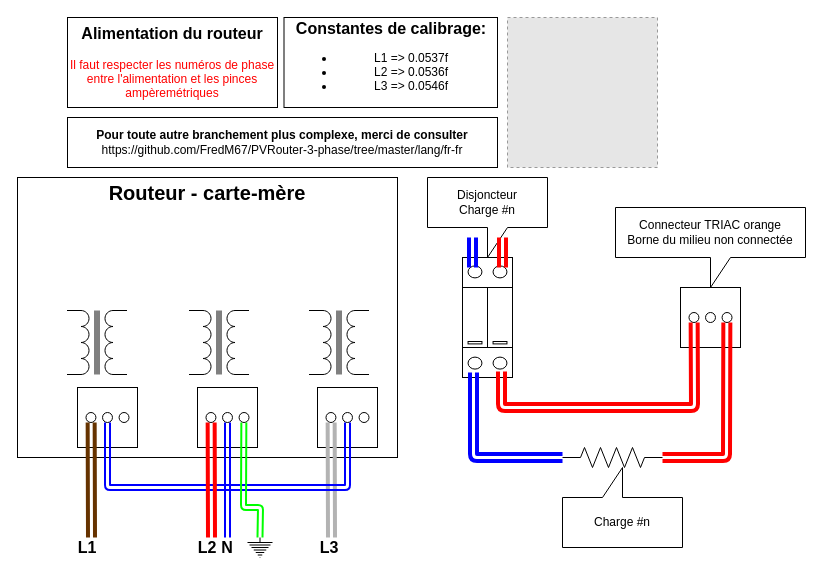
Earlier version of the draw.io diagram Mk2_3phase_RFdatalog_temp_1/HowToInstall.drawio (FredM67/PVRouter-3-phase). Source tidied: cells renumbered, new cells numbered last; positions are measured from the earlier drawing's top-left corner, leaving out a move shared by most shapes. Both pictures are drawn from the tidied source at 100%, with x=0, y=0 at pixel (17, 17). Pictures stored in the file or linked from it are replaced by grey dashed boxes.
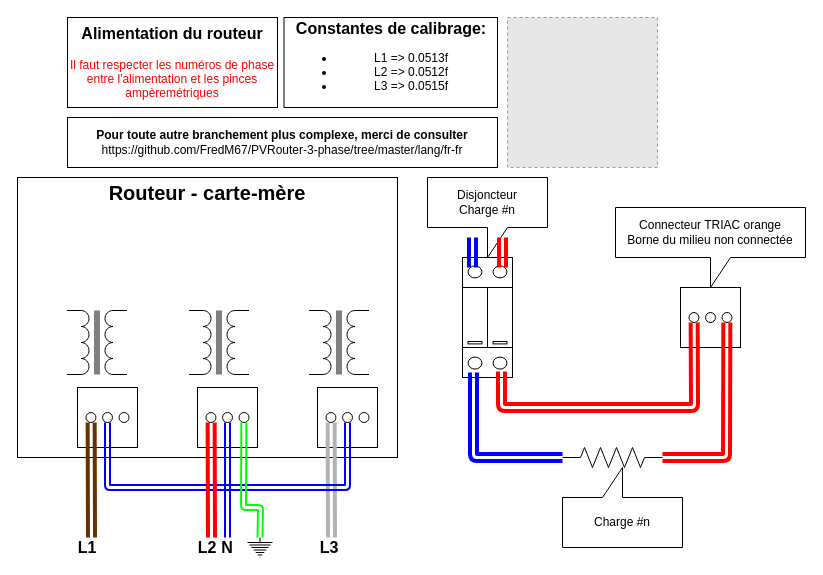
The same page after the edit.

The edit, as a diff of the source:
```diff
@@
-    <mxCell id="2" value="&lt;b&gt;&lt;font style=&quot;font-size: 16px&quot;&gt;Constantes de calibrage:&lt;/font&gt;&lt;/b&gt;&lt;br&gt;&lt;ul&gt;&lt;li&gt;&lt;span&gt;L1 =&amp;gt; 0.0537f&lt;/span&gt;&lt;/li&gt;&lt;li&gt;L2 =&amp;gt; 0.0536f&lt;/li&gt;&lt;li&gt;L3 =&amp;gt; 0.0546f&lt;/li&gt;&lt;/ul&gt;" style="rounded=0;whiteSpace=wrap;html=1;" parent="1" vertex="1">
+    <mxCell id="2" value="&lt;b&gt;&lt;font style=&quot;font-size: 16px&quot;&gt;Constantes de calibrage:&lt;/font&gt;&lt;/b&gt;&lt;br&gt;&lt;ul&gt;&lt;li&gt;&lt;span&gt;L1 =&amp;gt; 0.0513f&lt;/span&gt;&lt;/li&gt;&lt;li&gt;L2 =&amp;gt; 0.0512f&lt;/li&gt;&lt;li&gt;L3 =&amp;gt; 0.0515f&lt;/li&gt;&lt;/ul&gt;" style="rounded=0;whiteSpace=wrap;html=1;" parent="1" vertex="1">
       <mxGeometry x="266.5" width="213.5" height="90" as="geometry" />
     </mxCell>
```
